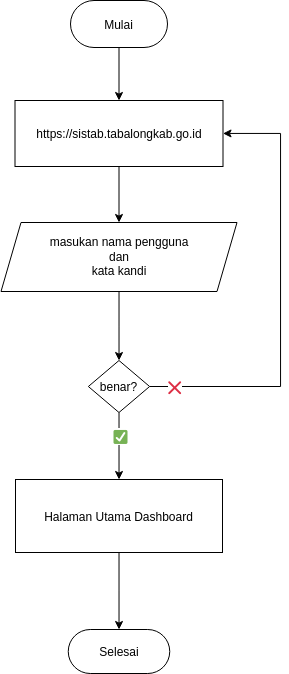
Before: Login SIMaTa.png, a diagram exported from draw.io (Rusadi-0/navbar). Source tidied: cells renumbered, new cells last; positions are measured from the earlier drawing's top-left corner, leaving out a move shared by most shapes. The source it was exported from:
```xml
<mxGraphModel>
  <root>
    <mxCell id="0" />
    <mxCell id="1" parent="0" />
    <mxCell id="2" style="edgeStyle=orthogonalEdgeStyle;rounded=0;jettySize=auto;html=1;" parent="1" edge="1" source="3" target="5">
      <mxGeometry relative="1" as="geometry" />
    </mxCell>
    <mxCell id="3" value="Mulai" style="rounded=1;whiteSpace=wrap;html=1;arcSize=50;" parent="1" vertex="1">
      <mxGeometry x="70" width="97" height="47" as="geometry" />
    </mxCell>
    <mxCell id="4" style="edgeStyle=orthogonalEdgeStyle;rounded=0;jettySize=auto;html=1;" parent="1" edge="1" source="5" target="7">
      <mxGeometry relative="1" as="geometry" />
    </mxCell>
    <mxCell id="5" value="https://sistab.tabalongkab.go.id" style="rounded=0;whiteSpace=wrap;html=1;" parent="1" vertex="1">
      <mxGeometry x="14.5" y="100" width="208" height="66" as="geometry" />
    </mxCell>
    <mxCell id="6" style="edgeStyle=orthogonalEdgeStyle;rounded=0;jettySize=auto;html=1;" parent="1" edge="1" source="7" target="12">
      <mxGeometry relative="1" as="geometry" />
    </mxCell>
    <mxCell id="7" value="&lt;div&gt;masukan nama pengguna &lt;br&gt;&lt;/div&gt;&lt;div&gt;dan&lt;/div&gt;&lt;div&gt;kata kandi&lt;br&gt;&lt;/div&gt;" style="shape=parallelogram;perimeter=parallelogramPerimeter;whiteSpace=wrap;html=1;fixedSize=1;" parent="1" vertex="1">
      <mxGeometry x="0.5" y="222" width="236" height="69" as="geometry" />
    </mxCell>
    <mxCell id="8" style="edgeStyle=orthogonalEdgeStyle;rounded=0;jettySize=auto;html=1;" parent="1" edge="1" source="12" target="5">
      <mxGeometry relative="1" as="geometry">
        <Array as="points">
          <mxPoint x="280" y="386" />
          <mxPoint x="280" y="133" />
        </Array>
      </mxGeometry>
    </mxCell>
    <mxCell id="9" value="&lt;font style=&quot;font-size: 14px;&quot;&gt;❌&lt;/font&gt;" style="edgeLabel;html=1;align=center;verticalAlign=middle;" parent="8" vertex="1">
      <mxGeometry x="-0.89" y="-2" relative="1" as="geometry">
        <mxPoint x="1" y="-1" as="offset" />
      </mxGeometry>
    </mxCell>
    <mxCell id="10" style="edgeStyle=orthogonalEdgeStyle;rounded=0;jettySize=auto;html=1;" parent="1" edge="1" source="12" target="14">
      <mxGeometry relative="1" as="geometry" />
    </mxCell>
    <mxCell id="11" value="&lt;font style=&quot;font-size: 14px;&quot;&gt;✅&lt;/font&gt;" style="edgeLabel;html=1;align=center;verticalAlign=middle;" parent="10" vertex="1">
      <mxGeometry x="-0.28" y="1" relative="1" as="geometry" />
    </mxCell>
    <mxCell id="12" value="benar?" style="rhombus;whiteSpace=wrap;html=1;" parent="1" vertex="1">
      <mxGeometry x="87.9" y="360" width="61.2" height="52" as="geometry" />
    </mxCell>
    <mxCell id="13" style="edgeStyle=orthogonalEdgeStyle;rounded=0;jettySize=auto;html=1;" parent="1" edge="1" source="14" target="15">
      <mxGeometry relative="1" as="geometry" />
    </mxCell>
    <mxCell id="14" value="Halaman Utama Dashboard" style="rounded=0;whiteSpace=wrap;html=1;" parent="1" vertex="1">
      <mxGeometry x="15" y="479" width="207" height="73" as="geometry" />
    </mxCell>
    <mxCell id="15" value="Selesai" style="rounded=1;whiteSpace=wrap;html=1;arcSize=50;" parent="1" vertex="1">
      <mxGeometry x="67.8" y="629" width="101.5" height="44" as="geometry" />
    </mxCell>
  </root>
</mxGraphModel>
```
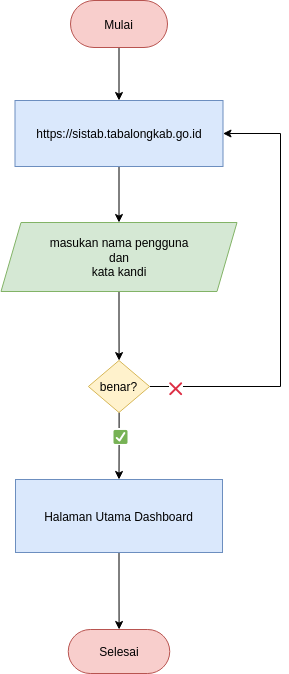
The same file after the commit.

What changed in the source:
```diff
@@ -5,19 +5,19 @@
     <mxCell id="2" style="edgeStyle=orthogonalEdgeStyle;rounded=0;jettySize=auto;html=1;" parent="1" edge="1" source="3" target="5">
       <mxGeometry relative="1" as="geometry" />
     </mxCell>
-    <mxCell id="3" value="Mulai" style="rounded=1;whiteSpace=wrap;html=1;arcSize=50;" parent="1" vertex="1">
+    <mxCell id="3" value="Mulai" style="rounded=1;whiteSpace=wrap;html=1;arcSize=50;fillColor=#f8cecc;strokeColor=#b85450;" parent="1" vertex="1">
       <mxGeometry x="70" width="97" height="47" as="geometry" />
     </mxCell>
     <mxCell id="4" style="edgeStyle=orthogonalEdgeStyle;rounded=0;jettySize=auto;html=1;" parent="1" edge="1" source="5" target="7">
       <mxGeometry relative="1" as="geometry" />
     </mxCell>
-    <mxCell id="5" value="https://sistab.tabalongkab.go.id" style="rounded=0;whiteSpace=wrap;html=1;" parent="1" vertex="1">
+    <mxCell id="5" value="https://sistab.tabalongkab.go.id" style="rounded=0;whiteSpace=wrap;html=1;fillColor=#dae8fc;strokeColor=#6c8ebf;" parent="1" vertex="1">
       <mxGeometry x="14.5" y="100" width="208" height="66" as="geometry" />
     </mxCell>
     <mxCell id="6" style="edgeStyle=orthogonalEdgeStyle;rounded=0;jettySize=auto;html=1;" parent="1" edge="1" source="7" target="12">
       <mxGeometry relative="1" as="geometry" />
     </mxCell>
-    <mxCell id="7" value="&lt;div&gt;masukan nama pengguna &lt;br&gt;&lt;/div&gt;&lt;div&gt;dan&lt;/div&gt;&lt;div&gt;kata kandi&lt;br&gt;&lt;/div&gt;" style="shape=parallelogram;perimeter=parallelogramPerimeter;whiteSpace=wrap;html=1;fixedSize=1;" parent="1" vertex="1">
+    <mxCell id="7" value="&lt;div&gt;masukan nama pengguna &lt;br&gt;&lt;/div&gt;&lt;div&gt;dan&lt;/div&gt;&lt;div&gt;kata kandi&lt;br&gt;&lt;/div&gt;" style="shape=parallelogram;perimeter=parallelogramPerimeter;whiteSpace=wrap;html=1;fixedSize=1;fillColor=#d5e8d4;strokeColor=#82b366;" parent="1" vertex="1">
       <mxGeometry x="0.5" y="222" width="236" height="69" as="geometry" />
     </mxCell>
     <mxCell id="8" style="edgeStyle=orthogonalEdgeStyle;rounded=0;jettySize=auto;html=1;" parent="1" edge="1" source="12" target="5">
@@ -39,16 +39,16 @@
     <mxCell id="11" value="&lt;font style=&quot;font-size: 14px;&quot;&gt;✅&lt;/font&gt;" style="edgeLabel;html=1;align=center;verticalAlign=middle;" parent="10" vertex="1">
       <mxGeometry x="-0.28" y="1" relative="1" as="geometry" />
     </mxCell>
-    <mxCell id="12" value="benar?" style="rhombus;whiteSpace=wrap;html=1;" parent="1" vertex="1">
+    <mxCell id="12" value="benar?" style="rhombus;whiteSpace=wrap;html=1;fillColor=#fff2cc;strokeColor=#d6b656;" parent="1" vertex="1">
       <mxGeometry x="87.9" y="360" width="61.2" height="52" as="geometry" />
     </mxCell>
     <mxCell id="13" style="edgeStyle=orthogonalEdgeStyle;rounded=0;jettySize=auto;html=1;" parent="1" edge="1" source="14" target="15">
       <mxGeometry relative="1" as="geometry" />
     </mxCell>
-    <mxCell id="14" value="Halaman Utama Dashboard" style="rounded=0;whiteSpace=wrap;html=1;" parent="1" vertex="1">
+    <mxCell id="14" value="Halaman Utama Dashboard" style="rounded=0;whiteSpace=wrap;html=1;fillColor=#dae8fc;strokeColor=#6c8ebf;" parent="1" vertex="1">
       <mxGeometry x="15" y="479" width="207" height="73" as="geometry" />
     </mxCell>
-    <mxCell id="15" value="Selesai" style="rounded=1;whiteSpace=wrap;html=1;arcSize=50;" parent="1" vertex="1">
+    <mxCell id="15" value="Selesai" style="rounded=1;whiteSpace=wrap;html=1;arcSize=50;fillColor=#f8cecc;strokeColor=#b85450;" parent="1" vertex="1">
       <mxGeometry x="67.8" y="629" width="101.5" height="44" as="geometry" />
     </mxCell>
   </root>
```
